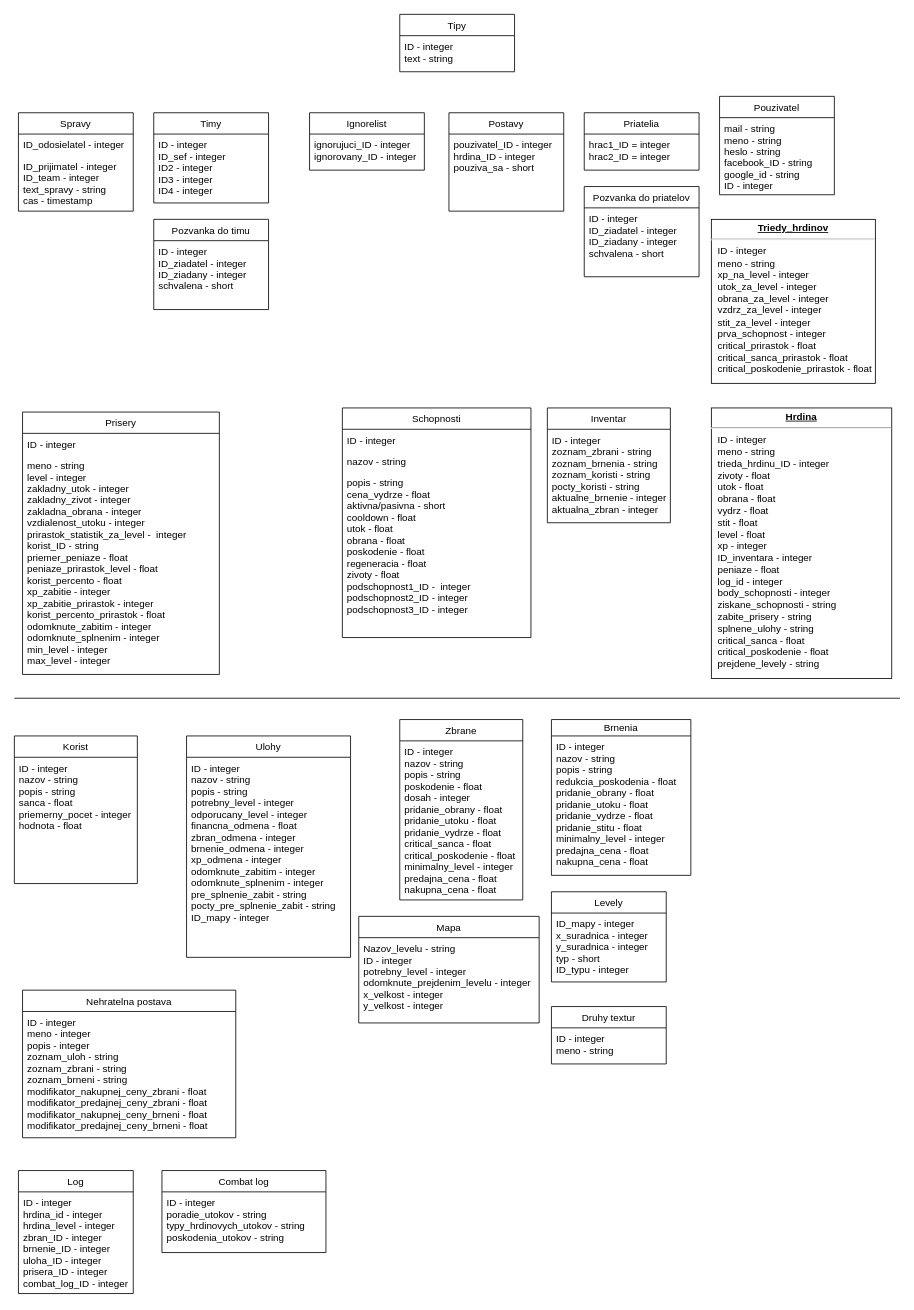
Earlier version of the draw.io diagram Zadanie4.drawio (matejpirschel/DBS_zadanie_4). Source tidied: cells renumbered, new cells numbered last; positions are measured from the earlier drawing's top-left corner, leaving out a move shared by most shapes. Both pictures are drawn from the tidied source at 82%, with x=0, y=0 at pixel (14, 14).
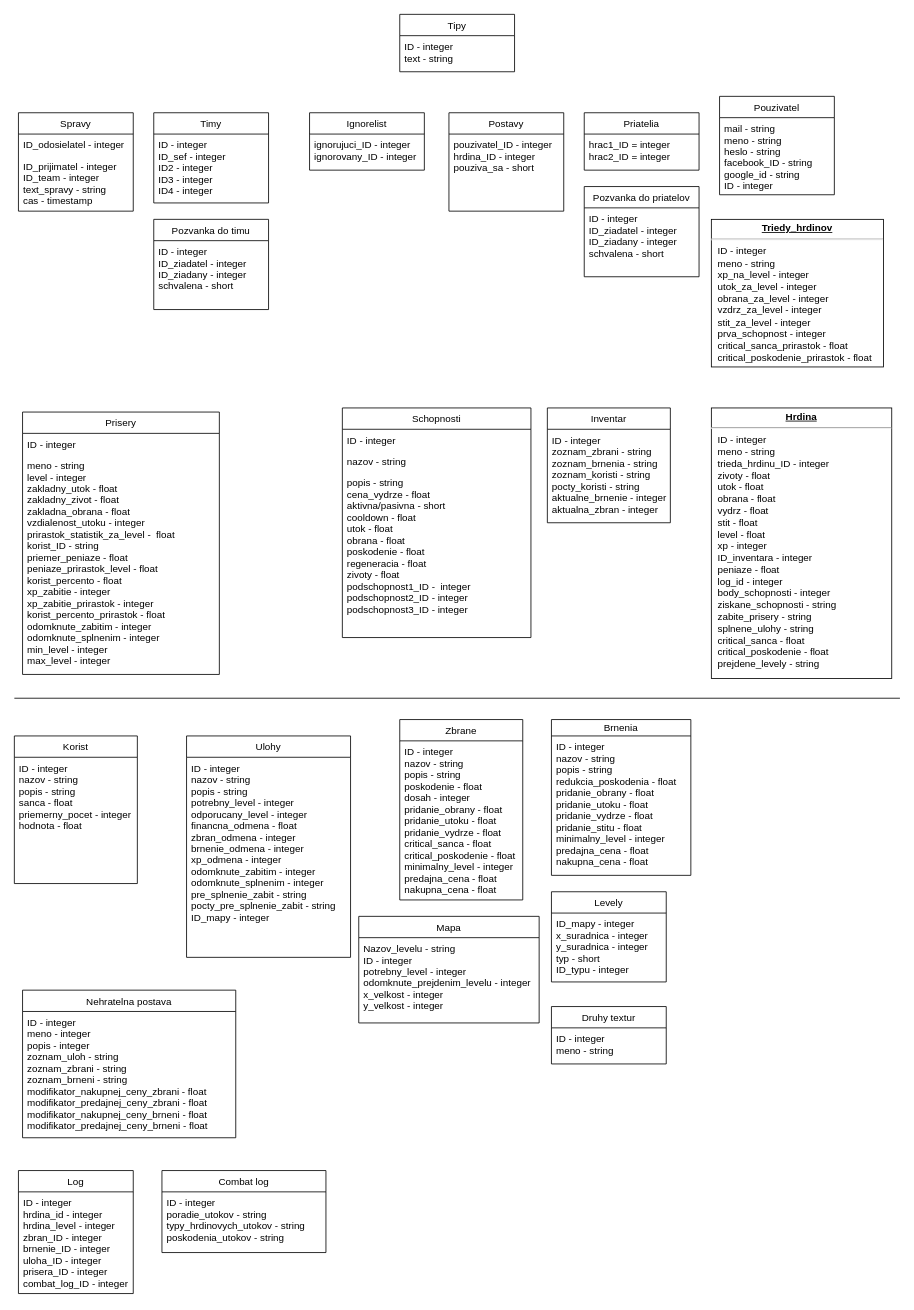
The same page after the edit.

Unchanged cells that the change refers to:
```xml
<mxCell id="16" value="Prisery" style="swimlane;fontStyle=0;horizontal=1;startSize=26;fillColor=none;" parent="1" vertex="1">
  <mxGeometry x="10" y="485" width="240" height="320" as="geometry" />
</mxCell>
```

What changed in the source:
```diff
@@
-    <mxCell id="2" value="&lt;p style=&quot;margin: 0px ; margin-top: 4px ; text-align: center ; text-decoration: underline&quot;&gt;&lt;b&gt;Triedy_hrdinov&lt;/b&gt;&lt;/p&gt;&lt;hr&gt;&lt;p style=&quot;margin: 0px ; margin-left: 8px&quot;&gt;ID - integer&lt;/p&gt;&lt;p style=&quot;margin: 0px ; margin-left: 8px&quot;&gt;meno - string&lt;/p&gt;&lt;p style=&quot;margin: 0px ; margin-left: 8px&quot;&gt;xp_na_level - integer&lt;/p&gt;&lt;p style=&quot;margin: 0px ; margin-left: 8px&quot;&gt;utok_za_level - integer&lt;/p&gt;&lt;p style=&quot;margin: 0px ; margin-left: 8px&quot;&gt;obrana_za_level - integer&lt;/p&gt;&lt;p style=&quot;margin: 0px ; margin-left: 8px&quot;&gt;vzdrz_za_level - integer&lt;/p&gt;&lt;p style=&quot;margin: 0px ; margin-left: 8px&quot;&gt;stit_za_level - integer&lt;/p&gt;&lt;p style=&quot;margin: 0px ; margin-left: 8px&quot;&gt;prva_schopnost - integer&lt;/p&gt;&lt;p style=&quot;margin: 0px ; margin-left: 8px&quot;&gt;critical_prirastok - float&lt;br&gt;&lt;/p&gt;&lt;p style=&quot;margin: 0px ; margin-left: 8px&quot;&gt;critical_sanca_prirastok - float&lt;/p&gt;&lt;p style=&quot;margin: 0px ; margin-left: 8px&quot;&gt;critical_poskodenie_prirastok - float&lt;br&gt;&lt;/p&gt;" style="verticalAlign=top;align=left;overflow=fill;fontSize=12;fontFamily=Helvetica;html=1;rounded=0;shadow=0;comic=0;labelBackgroundColor=none;strokeWidth=1;" parent="1" vertex="1">
-      <mxGeometry x="850" y="250" width="200" height="200" as="geometry" />
+    <mxCell id="2" value="&lt;p style=&quot;margin: 0px ; margin-top: 4px ; text-align: center ; text-decoration: underline&quot;&gt;&lt;b&gt;Triedy_hrdinov&lt;/b&gt;&lt;/p&gt;&lt;hr&gt;&lt;p style=&quot;margin: 0px ; margin-left: 8px&quot;&gt;ID - integer&lt;/p&gt;&lt;p style=&quot;margin: 0px ; margin-left: 8px&quot;&gt;meno - string&lt;/p&gt;&lt;p style=&quot;margin: 0px ; margin-left: 8px&quot;&gt;xp_na_level - integer&lt;/p&gt;&lt;p style=&quot;margin: 0px ; margin-left: 8px&quot;&gt;utok_za_level - integer&lt;/p&gt;&lt;p style=&quot;margin: 0px ; margin-left: 8px&quot;&gt;obrana_za_level - integer&lt;/p&gt;&lt;p style=&quot;margin: 0px ; margin-left: 8px&quot;&gt;vzdrz_za_level - integer&lt;/p&gt;&lt;p style=&quot;margin: 0px ; margin-left: 8px&quot;&gt;stit_za_level - integer&lt;/p&gt;&lt;p style=&quot;margin: 0px ; margin-left: 8px&quot;&gt;prva_schopnost - integer&lt;/p&gt;&lt;p style=&quot;margin: 0px ; margin-left: 8px&quot;&gt;critical_sanca_prirastok - float&lt;/p&gt;&lt;p style=&quot;margin: 0px ; margin-left: 8px&quot;&gt;critical_poskodenie_prirastok - float&lt;br&gt;&lt;/p&gt;" style="verticalAlign=top;align=left;overflow=fill;fontSize=12;fontFamily=Helvetica;html=1;rounded=0;shadow=0;comic=0;labelBackgroundColor=none;strokeWidth=1;" parent="1" vertex="1">
+      <mxGeometry x="850" y="250" width="210" height="180" as="geometry" />
     </mxCell>
@@
-    <mxCell id="18" value="meno - string &#10;level - integer&#10;zakladny_utok - integer&#10;zakladny_zivot - integer&#10;zakladna_obrana - integer&#10;vzdialenost_utoku - integer&#10;prirastok_statistik_za_level -  integer&#10;korist_ID - string&#10;priemer_peniaze - float&#10;peniaze_prirastok_level - float&#10;korist_percento - float &#10;xp_zabitie - integer&#10;xp_zabitie_prirastok - integer&#10;korist_percento_prirastok - float&#10;odomknute_zabitim - integer&#10;odomknute_splnenim - integer&#10;min_level - integer&#10;max_level - integer&#10;&#10;" style="text;strokeColor=none;fillColor=none;align=left;verticalAlign=top;spacingLeft=4;spacingRight=4;overflow=hidden;" parent="16" vertex="1">
+    <mxCell id="18" value="meno - string &#10;level - integer&#10;zakladny_utok - float&#10;zakladny_zivot - float&#10;zakladna_obrana - float&#10;vzdialenost_utoku - integer&#10;prirastok_statistik_za_level -  float&#10;korist_ID - string&#10;priemer_peniaze - float&#10;peniaze_prirastok_level - float&#10;korist_percento - float &#10;xp_zabitie - integer&#10;xp_zabitie_prirastok - integer&#10;korist_percento_prirastok - float&#10;odomknute_zabitim - integer&#10;odomknute_splnenim - integer&#10;min_level - integer&#10;max_level - integer&#10;&#10;" style="text;strokeColor=none;fillColor=none;align=left;verticalAlign=top;spacingLeft=4;spacingRight=4;overflow=hidden;" parent="16" vertex="1">
       <mxGeometry y="52" width="240" height="268" as="geometry" />
     </mxCell>
```
